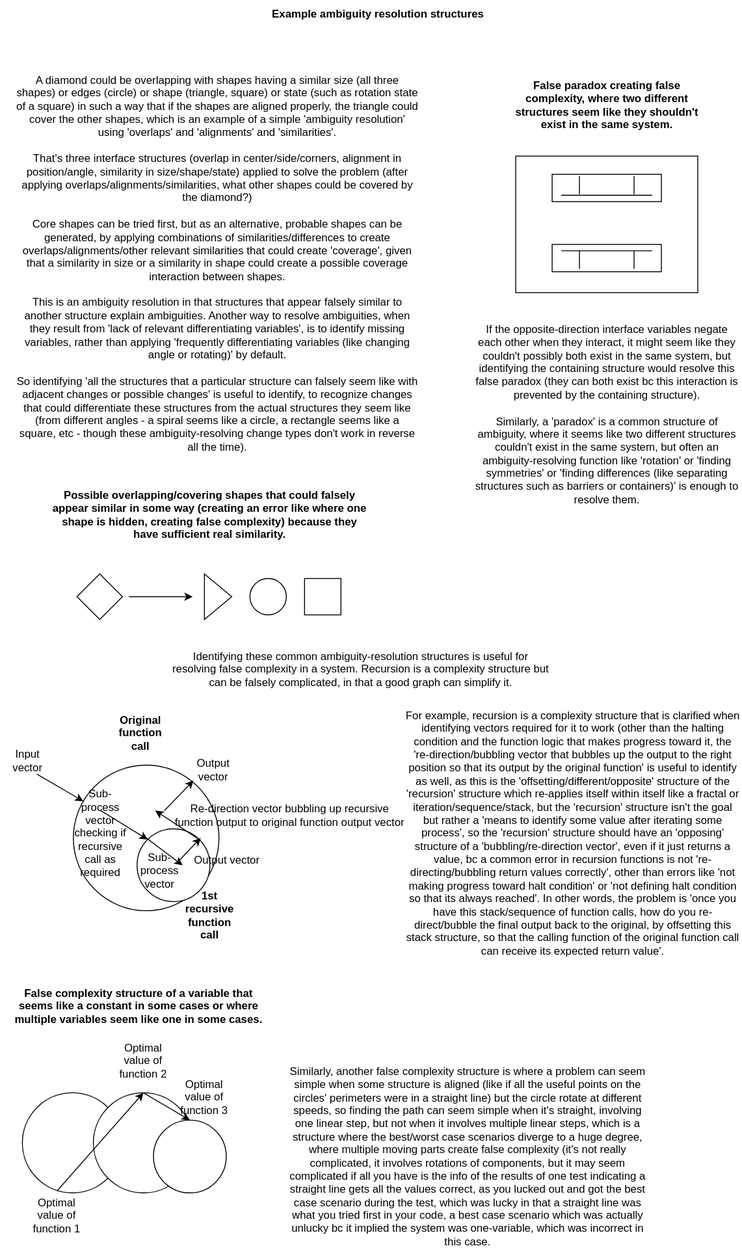
Earlier version of the draw.io export docs/objects/ambiguity_resolutions.drawio.svg (outdreamer/build-a-cure). Source tidied: cells renumbered, new cells last; positions are measured from the earlier drawing's top-left corner, leaving out a move shared by most shapes.
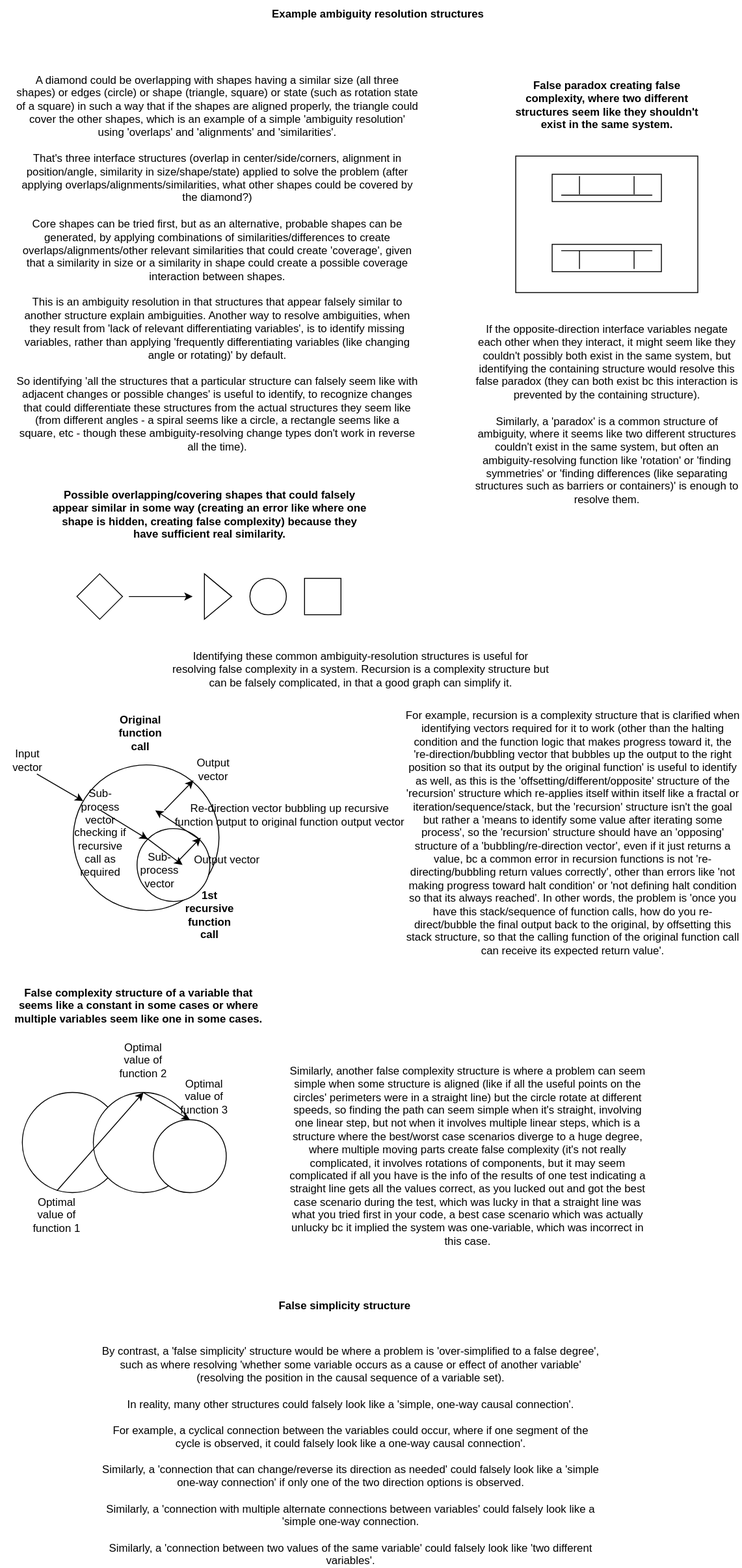
The same diagram one commit later.

Change to the diagram source:
```diff
@@ -181,5 +181,11 @@
     <mxCell id="48" value="False complexity structure of a variable that seems like a constant in some cases or where multiple variables seem like one in some cases." style="text;html=1;strokeColor=none;fillColor=none;align=center;verticalAlign=middle;whiteSpace=wrap;rounded=0;fontStyle=1;" parent="1" vertex="1">
       <mxGeometry x="14" y="1090" width="276" height="30" as="geometry" />
     </mxCell>
+    <mxCell id="49" value="&lt;b&gt;False simplicity structure&lt;/b&gt;" style="text;html=1;strokeColor=none;fillColor=none;align=center;verticalAlign=middle;whiteSpace=wrap;rounded=0;" parent="1" vertex="1">
+      <mxGeometry x="296" y="1420" width="165" height="30" as="geometry" />
+    </mxCell>
+    <mxCell id="50" value="By contrast, a 'false simplicity' structure would be where a problem is 'over-simplified to a false degree', such as where resolving 'whether some variable occurs as a cause or effect of another variable' (resolving the position in the causal sequence of a variable set).&lt;br&gt;&lt;br&gt;In reality, many other structures could falsely look like a 'simple, one-way causal connection'. &lt;br&gt;&lt;br&gt;For example, a cyclical connection between the variables could occur, where if one segment of the cycle is observed, it could falsely look like a one-way causal connection'. &lt;br&gt;&lt;br&gt;Similarly, a 'connection that can change/reverse its direction as needed' could falsely look like a 'simple one-way connection' if only one of the two direction options is observed.&lt;br&gt;&lt;br&gt;Similarly, a 'connection with multiple alternate connections between variables' could falsely look like a 'simple one-way connection.&lt;br&gt;&lt;br&gt;Similarly, a 'connection between two values of the same variable' could falsely look like 'two different variables'." style="text;html=1;strokeColor=none;fillColor=none;align=center;verticalAlign=middle;whiteSpace=wrap;rounded=0;" parent="1" vertex="1">
+      <mxGeometry x="110" y="1550" width="550" height="100" as="geometry" />
+    </mxCell>
   </root>
 </mxGraphModel>
```
